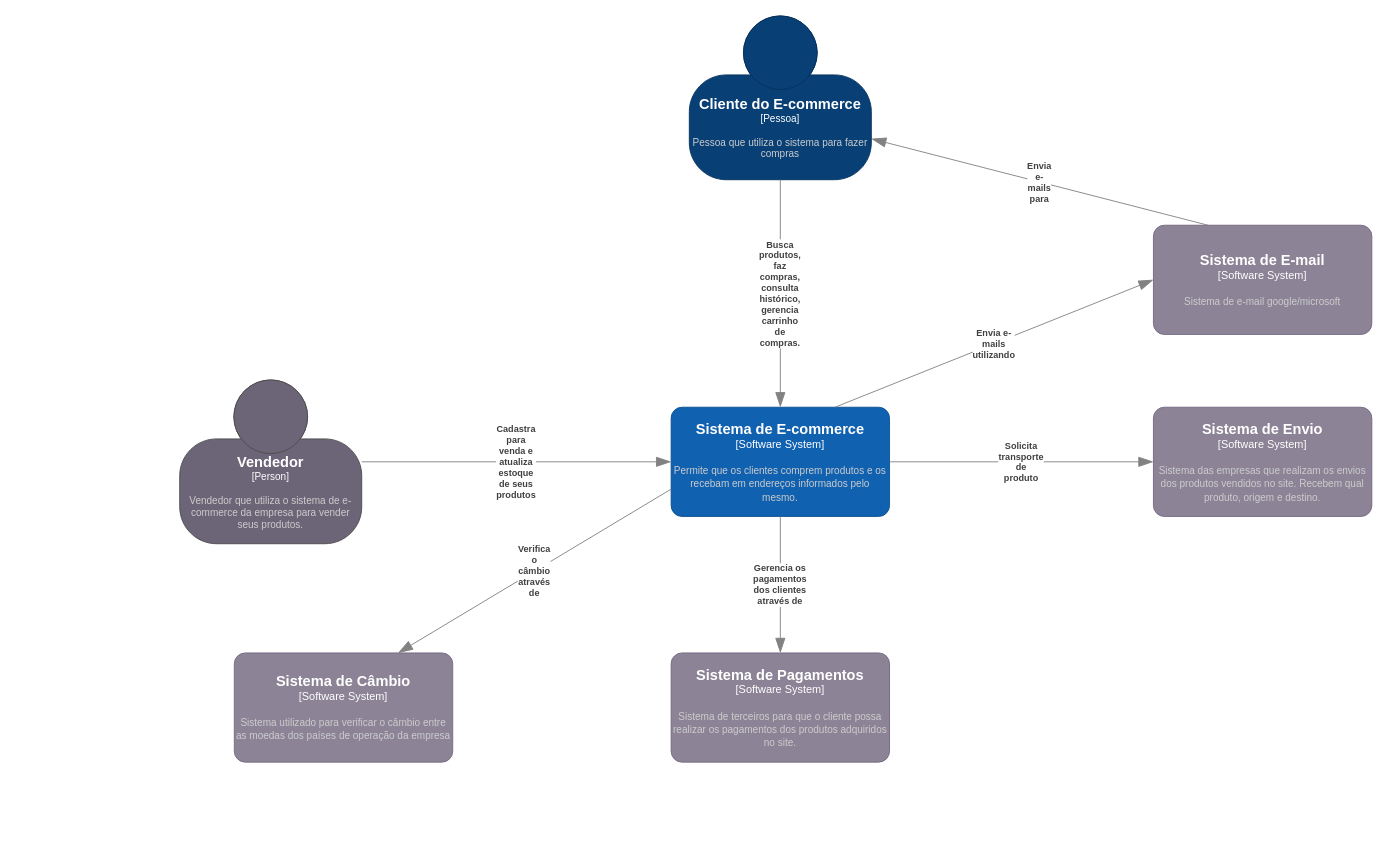
Earlier version of the draw.io diagram c4_diagrams/system_context.drawio (brunoropacheco/infnet_ms_multinacional). Source tidied: cells renumbered, new cells numbered last; positions are measured from the earlier drawing's top-left corner, leaving out a move shared by most shapes. Both pictures are drawn from the tidied source at 91%, with x=0, y=0 at pixel (179, 15).
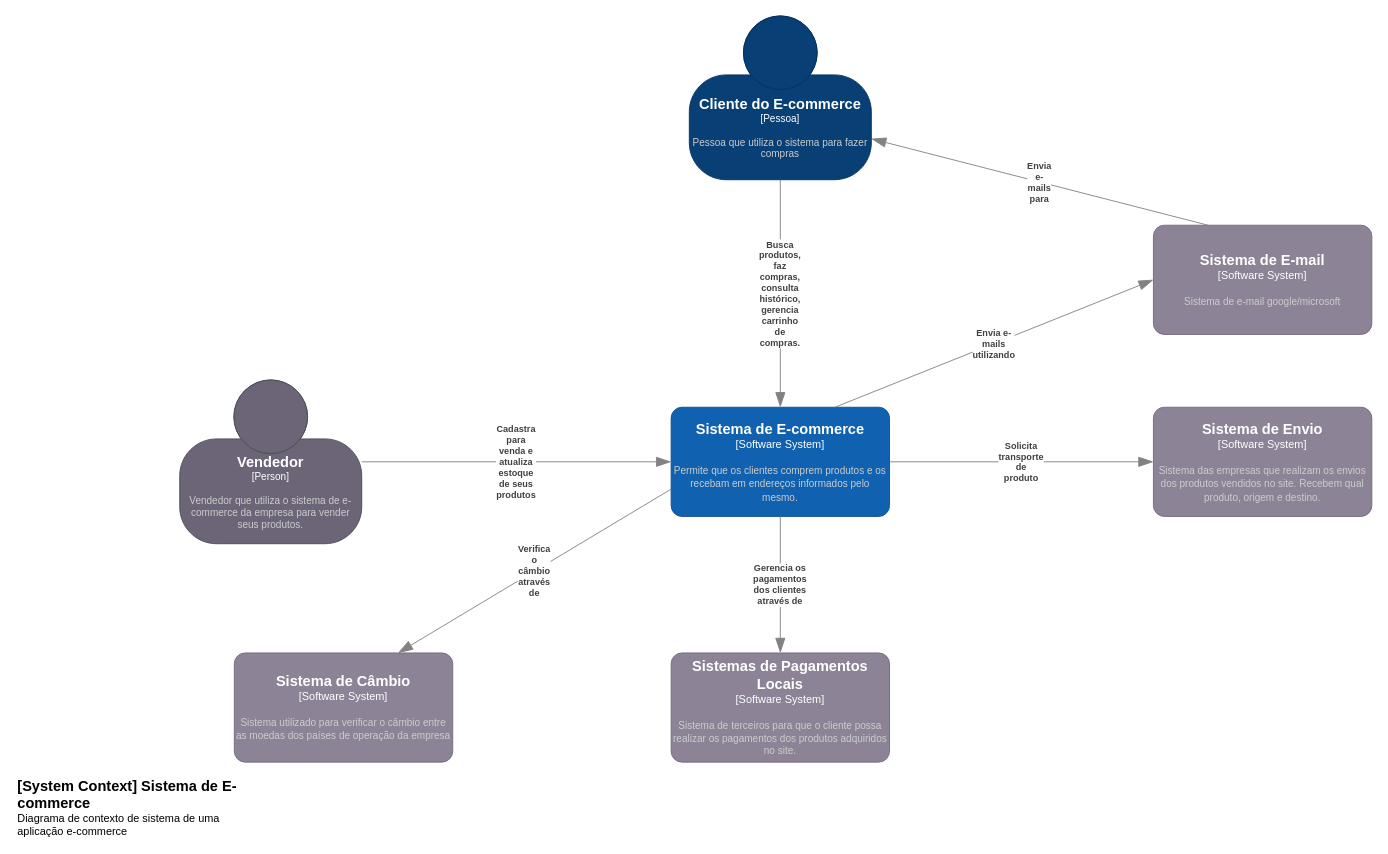
The same page after the edit.

What changed in the source:
```diff
@@
-    <object id="4" label="&lt;font style=&quot;font-size: 16px&quot;&gt;&lt;b&gt;%c4Name%&lt;/b&gt;&lt;/font&gt;&lt;div&gt;[%c4Type%]&lt;/div&gt;&lt;br&gt;&lt;div&gt;&lt;font style=&quot;font-size: 11px&quot;&gt;&lt;font color=&quot;#cccccc&quot;&gt;%c4Description%&lt;/font&gt;&lt;/div&gt;" c4Description="Sistema de terceiros para que o cliente possa realizar os pagamentos dos produtos adquiridos no site." c4Name="Sistema de Pagamentos" c4Type="Software System" placeholders="1">
+    <object id="4" label="&lt;font style=&quot;font-size: 16px&quot;&gt;&lt;b&gt;%c4Name%&lt;/b&gt;&lt;/font&gt;&lt;div&gt;[%c4Type%]&lt;/div&gt;&lt;br&gt;&lt;div&gt;&lt;font style=&quot;font-size: 11px&quot;&gt;&lt;font color=&quot;#cccccc&quot;&gt;%c4Description%&lt;/font&gt;&lt;/div&gt;" c4Description="Sistema de terceiros para que o cliente possa realizar os pagamentos dos produtos adquiridos no site." c4Name="Sistemas de Pagamentos Locais" c4Type="Software System" placeholders="1">
       <mxCell style="rounded=1;whiteSpace=wrap;html=1;labelBackgroundColor=none;fillColor=#8C8496;fontColor=#ffffff;align=center;arcSize=10;strokeColor=#736782;points=[[0.25,0,0],[0.5,0,0],[0.75,0,0],[1,0.25,0],[1,0.5,0],[1,0.75,0],[0.75,1,0],[0.5,1,0],[0.25,1,0],[0,0.75,0],[0,0.5,0],[0,0.25,0]];" parent="1" vertex="1">
         <mxGeometry x="540" y="700" width="240" height="120" as="geometry" />
       </mxCell>
     </object>
@@
+    <object id="16" label="&lt;font style=&quot;font-size: 16px&quot;&gt;&lt;b&gt;&lt;div style=&quot;text-align: left&quot;&gt;%c4Name%&lt;/div&gt;&lt;/b&gt;&lt;/font&gt;&lt;div style=&quot;text-align: left&quot;&gt;%c4Description%&lt;/div&gt;" c4Description="Diagrama de contexto de sistema de uma aplicação e-commerce" c4Name="[System Context] Sistema de E-commerce" placeholders="1">
+      <mxCell style="text;html=1;strokeColor=none;fillColor=none;align=left;verticalAlign=top;whiteSpace=wrap;rounded=0;" parent="1" vertex="1">
+        <mxGeometry x="-180" y="830" width="260" height="40" as="geometry" />
+      </mxCell>
+    </object>
```
